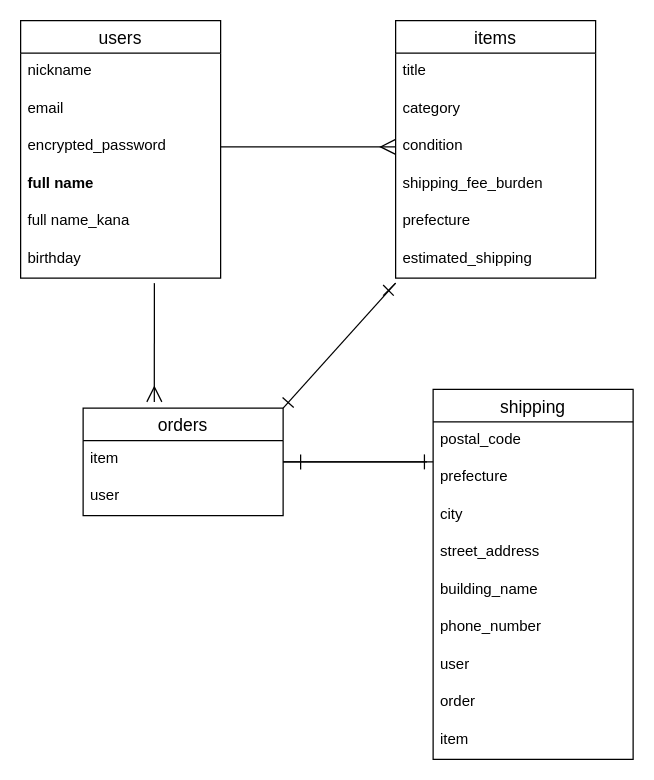
Before: database.dio in jodyyang007/furima-39373, a draw.io diagram. Source tidied: cells renumbered, new cells numbered last; positions are measured from the earlier drawing's top-left corner, leaving out a move shared by most shapes. Both pictures are drawn from the tidied source at 125%, with x=0, y=0 at pixel (20, 20).
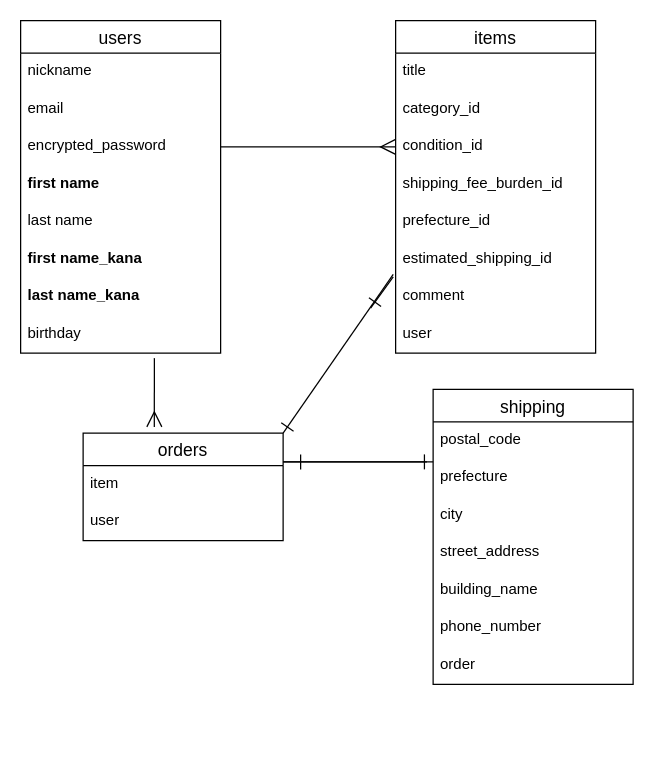
The same page after the edit.

Commit message (it also covers changes not shown here):
データベース修正2

https://gyazo.com/49ecd8938e4ca39097460c5b40c55f7c

The change refers to these unchanged cells:
```xml
<mxCell id="21" value="postal_code" style="text;strokeColor=none;fillColor=none;spacingLeft=4;spacingRight=4;overflow=hidden;points=[[0,0.5],[1,0.5]];portConstraint=eastwest;fontSize=12;" parent="20" vertex="1">
  <mxGeometry y="26" width="160" height="30" as="geometry" />
</mxCell>
```

The edit, as a diff of the source:
```diff
@@
     <mxCell id="2" value="users" style="swimlane;fontStyle=0;horizontal=1;startSize=26;align=center;fontSize=14;" parent="1" vertex="1">
-      <mxGeometry width="160" height="206" as="geometry" />
+      <mxGeometry width="160" height="266" as="geometry" />
     </mxCell>
@@
-    <mxCell id="6" value="full name" style="text;strokeColor=none;fillColor=none;spacingLeft=4;spacingRight=4;overflow=hidden;fontSize=12;fontStyle=1;" parent="2" vertex="1">
+    <mxCell id="6" value="first name" style="text;strokeColor=none;fillColor=none;spacingLeft=4;spacingRight=4;overflow=hidden;fontSize=12;fontStyle=1;" parent="2" vertex="1">
       <mxGeometry y="116" width="160" height="30" as="geometry" />
     </mxCell>
-    <mxCell id="7" value="full name_kana" style="text;strokeColor=none;fillColor=none;spacingLeft=4;spacingRight=4;overflow=hidden;fontSize=12;fontStyle=0;" parent="2" vertex="1">
+    <mxCell id="7" value="last name " style="text;strokeColor=none;fillColor=none;spacingLeft=4;spacingRight=4;overflow=hidden;fontSize=12;fontStyle=0;" parent="2" vertex="1">
       <mxGeometry y="146" width="160" height="30" as="geometry" />
     </mxCell>
+    <mxCell id="35" value="first name_kana" style="text;strokeColor=none;fillColor=none;spacingLeft=4;spacingRight=4;overflow=hidden;fontSize=12;fontStyle=1;" parent="2" vertex="1">
+      <mxGeometry y="176" width="160" height="30" as="geometry" />
+    </mxCell>
+    <mxCell id="36" value="last name_kana" style="text;strokeColor=none;fillColor=none;spacingLeft=4;spacingRight=4;overflow=hidden;fontSize=12;fontStyle=1;" parent="2" vertex="1">
+      <mxGeometry y="206" width="160" height="30" as="geometry" />
+    </mxCell>
     <mxCell id="8" value="birthday" style="text;strokeColor=none;fillColor=none;spacingLeft=4;spacingRight=4;overflow=hidden;fontSize=12;fontStyle=0;" parent="2" vertex="1">
-      <mxGeometry y="176" width="160" height="30" as="geometry" />
+      <mxGeometry y="236" width="160" height="30" as="geometry" />
     </mxCell>
     <mxCell id="9" value="items" style="swimlane;fontStyle=0;horizontal=1;startSize=26;align=center;fontSize=14;" parent="1" vertex="1">
-      <mxGeometry x="300" width="160" height="206" as="geometry" />
+      <mxGeometry x="300" width="160" height="266" as="geometry" />
     </mxCell>
@@
-    <mxCell id="11" value="category" style="text;strokeColor=none;fillColor=none;spacingLeft=4;spacingRight=4;overflow=hidden;fontSize=12;" parent="9" vertex="1">
+    <mxCell id="11" value="category_id" style="text;strokeColor=none;fillColor=none;spacingLeft=4;spacingRight=4;overflow=hidden;fontSize=12;" parent="9" vertex="1">
       <mxGeometry y="56" width="160" height="30" as="geometry" />
     </mxCell>
-    <mxCell id="12" value="condition" style="text;strokeColor=none;fillColor=none;spacingLeft=4;spacingRight=4;overflow=hidden;points=[[0,0.5],[1,0.5]];portConstraint=eastwest;fontSize=12;" parent="9" vertex="1">
+    <mxCell id="12" value="condition_id" style="text;strokeColor=none;fillColor=none;spacingLeft=4;spacingRight=4;overflow=hidden;points=[[0,0.5],[1,0.5]];portConstraint=eastwest;fontSize=12;" parent="9" vertex="1">
       <mxGeometry y="86" width="160" height="30" as="geometry" />
     </mxCell>
-    <mxCell id="13" value="shipping_fee_burden" style="text;strokeColor=none;fillColor=none;spacingLeft=4;spacingRight=4;overflow=hidden;fontSize=12;" parent="9" vertex="1">
+    <mxCell id="13" value="shipping_fee_burden_id" style="text;strokeColor=none;fillColor=none;spacingLeft=4;spacingRight=4;overflow=hidden;fontSize=12;" parent="9" vertex="1">
       <mxGeometry y="116" width="160" height="30" as="geometry" />
     </mxCell>
-    <mxCell id="14" value="prefecture" style="text;strokeColor=none;fillColor=none;spacingLeft=4;spacingRight=4;overflow=hidden;fontSize=12;" parent="9" vertex="1">
+    <mxCell id="14" value="prefecture_id" style="text;strokeColor=none;fillColor=none;spacingLeft=4;spacingRight=4;overflow=hidden;fontSize=12;" parent="9" vertex="1">
       <mxGeometry y="146" width="160" height="30" as="geometry" />
     </mxCell>
-    <mxCell id="15" value="estimated_shipping" style="text;strokeColor=none;fillColor=none;spacingLeft=4;spacingRight=4;overflow=hidden;fontSize=12;" parent="9" vertex="1">
+    <mxCell id="15" value="estimated_shipping_id" style="text;strokeColor=none;fillColor=none;spacingLeft=4;spacingRight=4;overflow=hidden;fontSize=12;" parent="9" vertex="1">
       <mxGeometry y="176" width="160" height="30" as="geometry" />
     </mxCell>
+    <mxCell id="37" value="comment " style="text;strokeColor=none;fillColor=none;spacingLeft=4;spacingRight=4;overflow=hidden;points=[[0,0.5],[1,0.5]];portConstraint=eastwest;fontSize=12;" parent="9" vertex="1">
+      <mxGeometry y="206" width="160" height="30" as="geometry" />
+    </mxCell>
+    <mxCell id="27" value="user" style="text;strokeColor=none;fillColor=none;spacingLeft=4;spacingRight=4;overflow=hidden;fontSize=12;" parent="9" vertex="1">
+      <mxGeometry y="236" width="160" height="30" as="geometry" />
+    </mxCell>
@@
     <mxCell id="17" value="orders" style="swimlane;fontStyle=0;horizontal=1;startSize=26;align=center;fontSize=14;" parent="1" vertex="1">
-      <mxGeometry x="50" y="310" width="160" height="86" as="geometry" />
+      <mxGeometry x="50" y="330" width="160" height="86" as="geometry" />
     </mxCell>
@@
     <mxCell id="20" value="shipping" style="swimlane;fontStyle=0;horizontal=1;startSize=26;align=center;fontSize=14;" parent="1" vertex="1">
-      <mxGeometry x="330" y="295" width="160" height="296" as="geometry" />
+      <mxGeometry x="330" y="295" width="160" height="236" as="geometry" />
     </mxCell>
@@
-    <mxCell id="27" value="user " style="text;strokeColor=none;fillColor=none;spacingLeft=4;spacingRight=4;overflow=hidden;fontSize=12;" parent="20" vertex="1">
-      <mxGeometry y="206" width="160" height="30" as="geometry" />
-    </mxCell>
     <mxCell id="28" value="order" style="text;strokeColor=none;fillColor=none;spacingLeft=4;spacingRight=4;overflow=hidden;fontSize=12;" parent="20" vertex="1">
-      <mxGeometry y="236" width="160" height="30" as="geometry" />
+      <mxGeometry y="206" width="160" height="30" as="geometry" />
     </mxCell>
-    <mxCell id="29" value="item" style="text;strokeColor=none;fillColor=none;spacingLeft=4;spacingRight=4;overflow=hidden;fontSize=12;" parent="20" vertex="1">
-      <mxGeometry y="266" width="160" height="30" as="geometry" />
-    </mxCell>
     <mxCell id="30" style="edgeStyle=none;html=1;entryX=0.356;entryY=-0.058;entryDx=0;entryDy=0;endArrow=ERmany;endFill=0;strokeWidth=1;endSize=10;startSize=10;jumpSize=7;targetPerimeterSpacing=0;entryPerimeter=0;" parent="1" edge="1" target="17">
       <mxGeometry relative="1" as="geometry">
-        <mxPoint x="107" y="210" as="sourcePoint" />
+        <mxPoint x="107" y="270" as="sourcePoint" />
       </mxGeometry>
     </mxCell>
@@
     <mxCell id="32" style="endArrow=none;html=1;rounded=0;strokeWidth=1;startSize=10;endSize=10;targetPerimeterSpacing=0;jumpSize=7;startArrow=ERone;startFill=0;exitX=-0.006;exitY=1.067;exitDx=0;exitDy=0;exitPerimeter=0;" parent="1" edge="1" source="21">
       <mxGeometry relative="1" as="geometry">
         <mxPoint x="330" y="353" as="targetPoint" />
         <Array as="points">
           <mxPoint x="210" y="353" />
+          <mxPoint x="270" y="353" />
         </Array>
       </mxGeometry>
     </mxCell>
-    <mxCell id="33" style="endArrow=none;html=1;rounded=0;strokeWidth=1;startSize=10;endSize=10;targetPerimeterSpacing=0;jumpSize=7;exitX=1;exitY=0;exitDx=0;exitDy=0;startArrow=ERone;startFill=0;" parent="1" edge="1" source="17">
-      <mxGeometry relative="1" as="geometry">
-        <mxPoint x="300" y="210" as="targetPoint" />
-      </mxGeometry>
+    <mxCell id="33" style="endArrow=none;html=1;rounded=0;strokeWidth=1;startSize=10;endSize=10;targetPerimeterSpacing=0;jumpSize=7;startArrow=ERone;startFill=0;entryX=-0.012;entryY=-0.1;entryDx=0;entryDy=0;entryPerimeter=0;exitX=1;exitY=0;exitDx=0;exitDy=0;" parent="1" edge="1" source="17" target="37">
+      <mxGeometry relative="1" as="geometry" />
     </mxCell>
-    <mxCell id="34" style="endArrow=none;html=1;rounded=0;strokeWidth=1;startSize=10;endSize=10;targetPerimeterSpacing=0;jumpSize=7;startArrow=ERone;startFill=0;" parent="1" edge="1">
-      <mxGeometry relative="1" as="geometry">
-        <mxPoint x="290" y="220" as="sourcePoint" />
-        <mxPoint x="300" y="210" as="targetPoint" />
-      </mxGeometry>
-    </mxCell>
+    <mxCell id="38" style="endArrow=none;html=1;rounded=0;strokeWidth=1;startSize=10;endSize=10;targetPerimeterSpacing=0;jumpSize=7;startArrow=ERone;startFill=0;entryX=-0.012;entryY=-0.033;entryDx=0;entryDy=0;entryPerimeter=0;" parent="1" edge="1" target="37">
+      <mxGeometry relative="1" as="geometry">
+        <mxPoint x="280" y="230" as="sourcePoint" />
+      </mxGeometry>
+    </mxCell>
```
